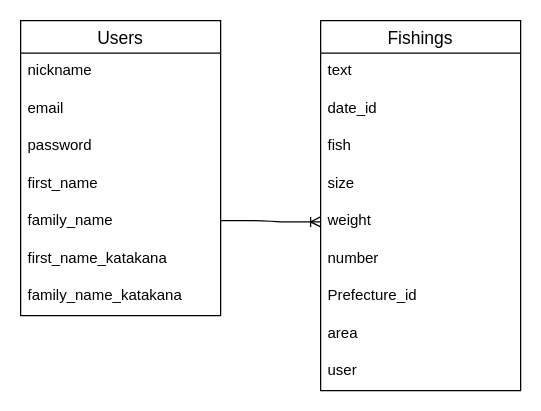
The draw.io diagram fishing.dio in Yukitaka-PG/fishing, before the edit. Source tidied: cells renumbered, new cells numbered last; positions are measured from the earlier drawing's top-left corner, leaving out a move shared by most shapes. Both pictures are drawn from the tidied source at 125%, with x=0, y=0 at pixel (20, 20).
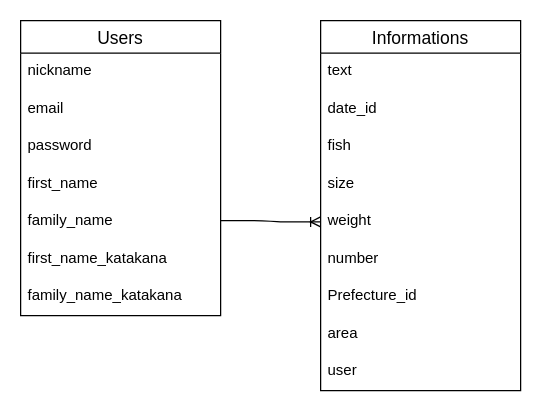
Above is the later version.

What changed in the source:
```diff
@@
-    <mxCell id="10" value="Fishings" style="swimlane;fontStyle=0;horizontal=1;startSize=26;align=center;fontSize=14;direction=east;" parent="1" vertex="1">
+    <mxCell id="10" value="Informations" style="swimlane;fontStyle=0;horizontal=1;startSize=26;align=center;fontSize=14;direction=east;" parent="1" vertex="1">
       <mxGeometry x="240" width="160" height="296" as="geometry" />
     </mxCell>
```
